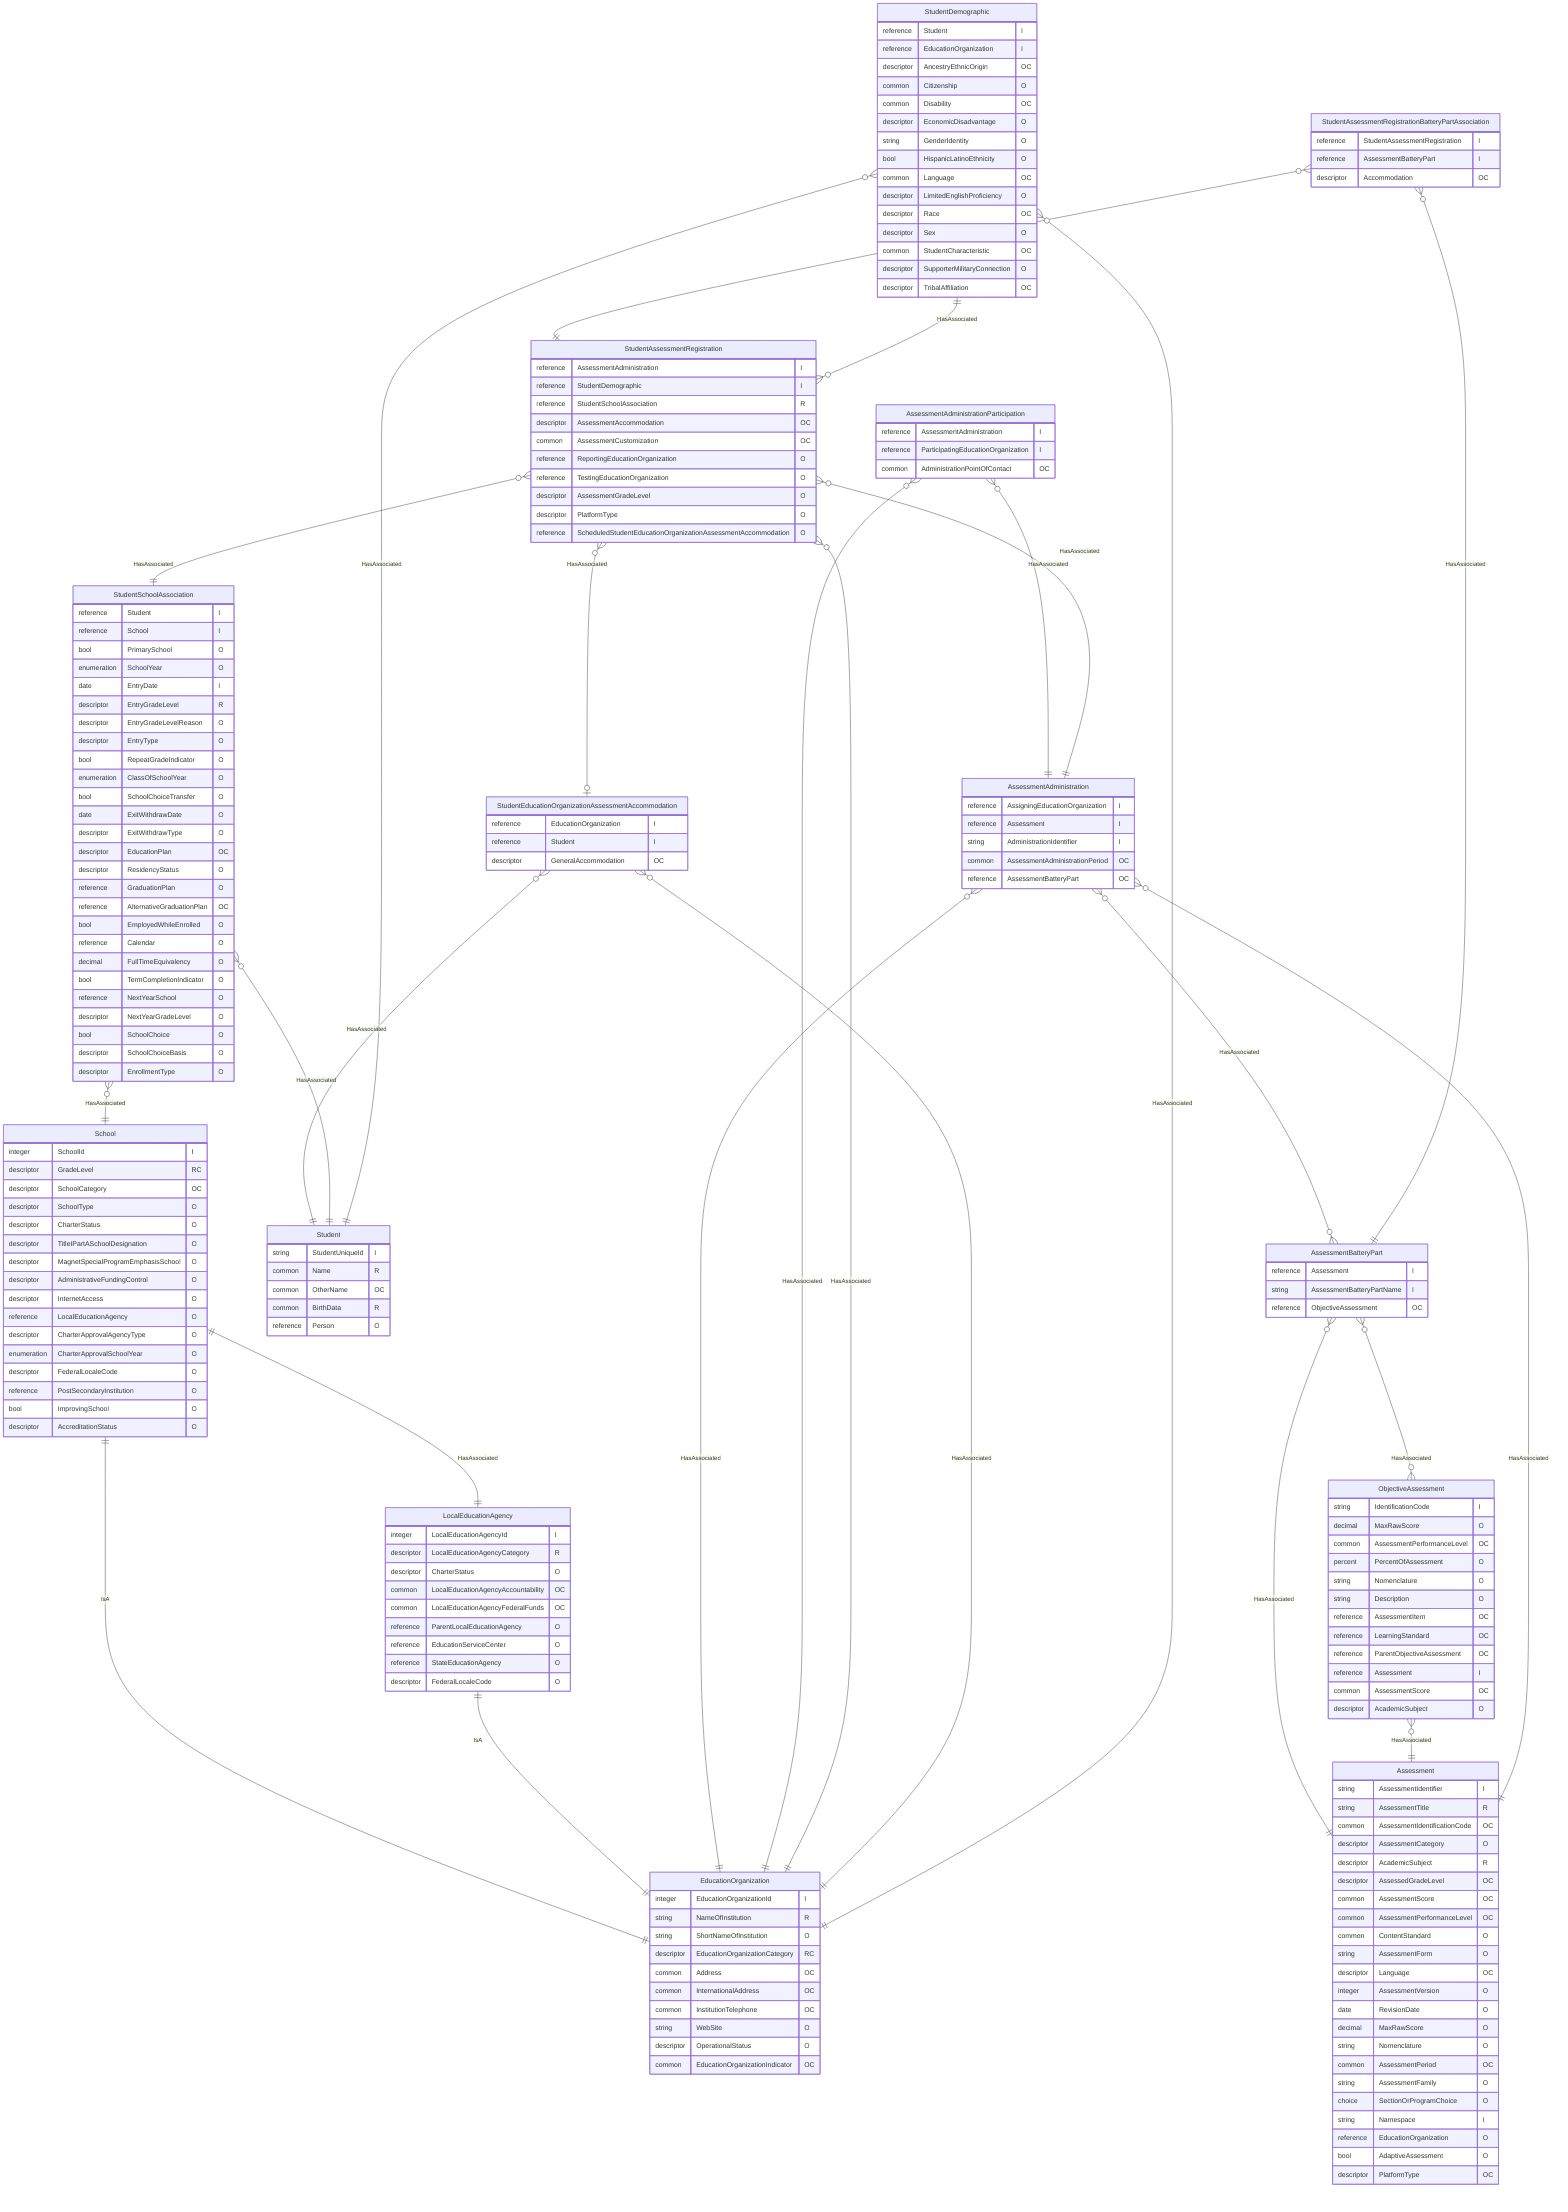
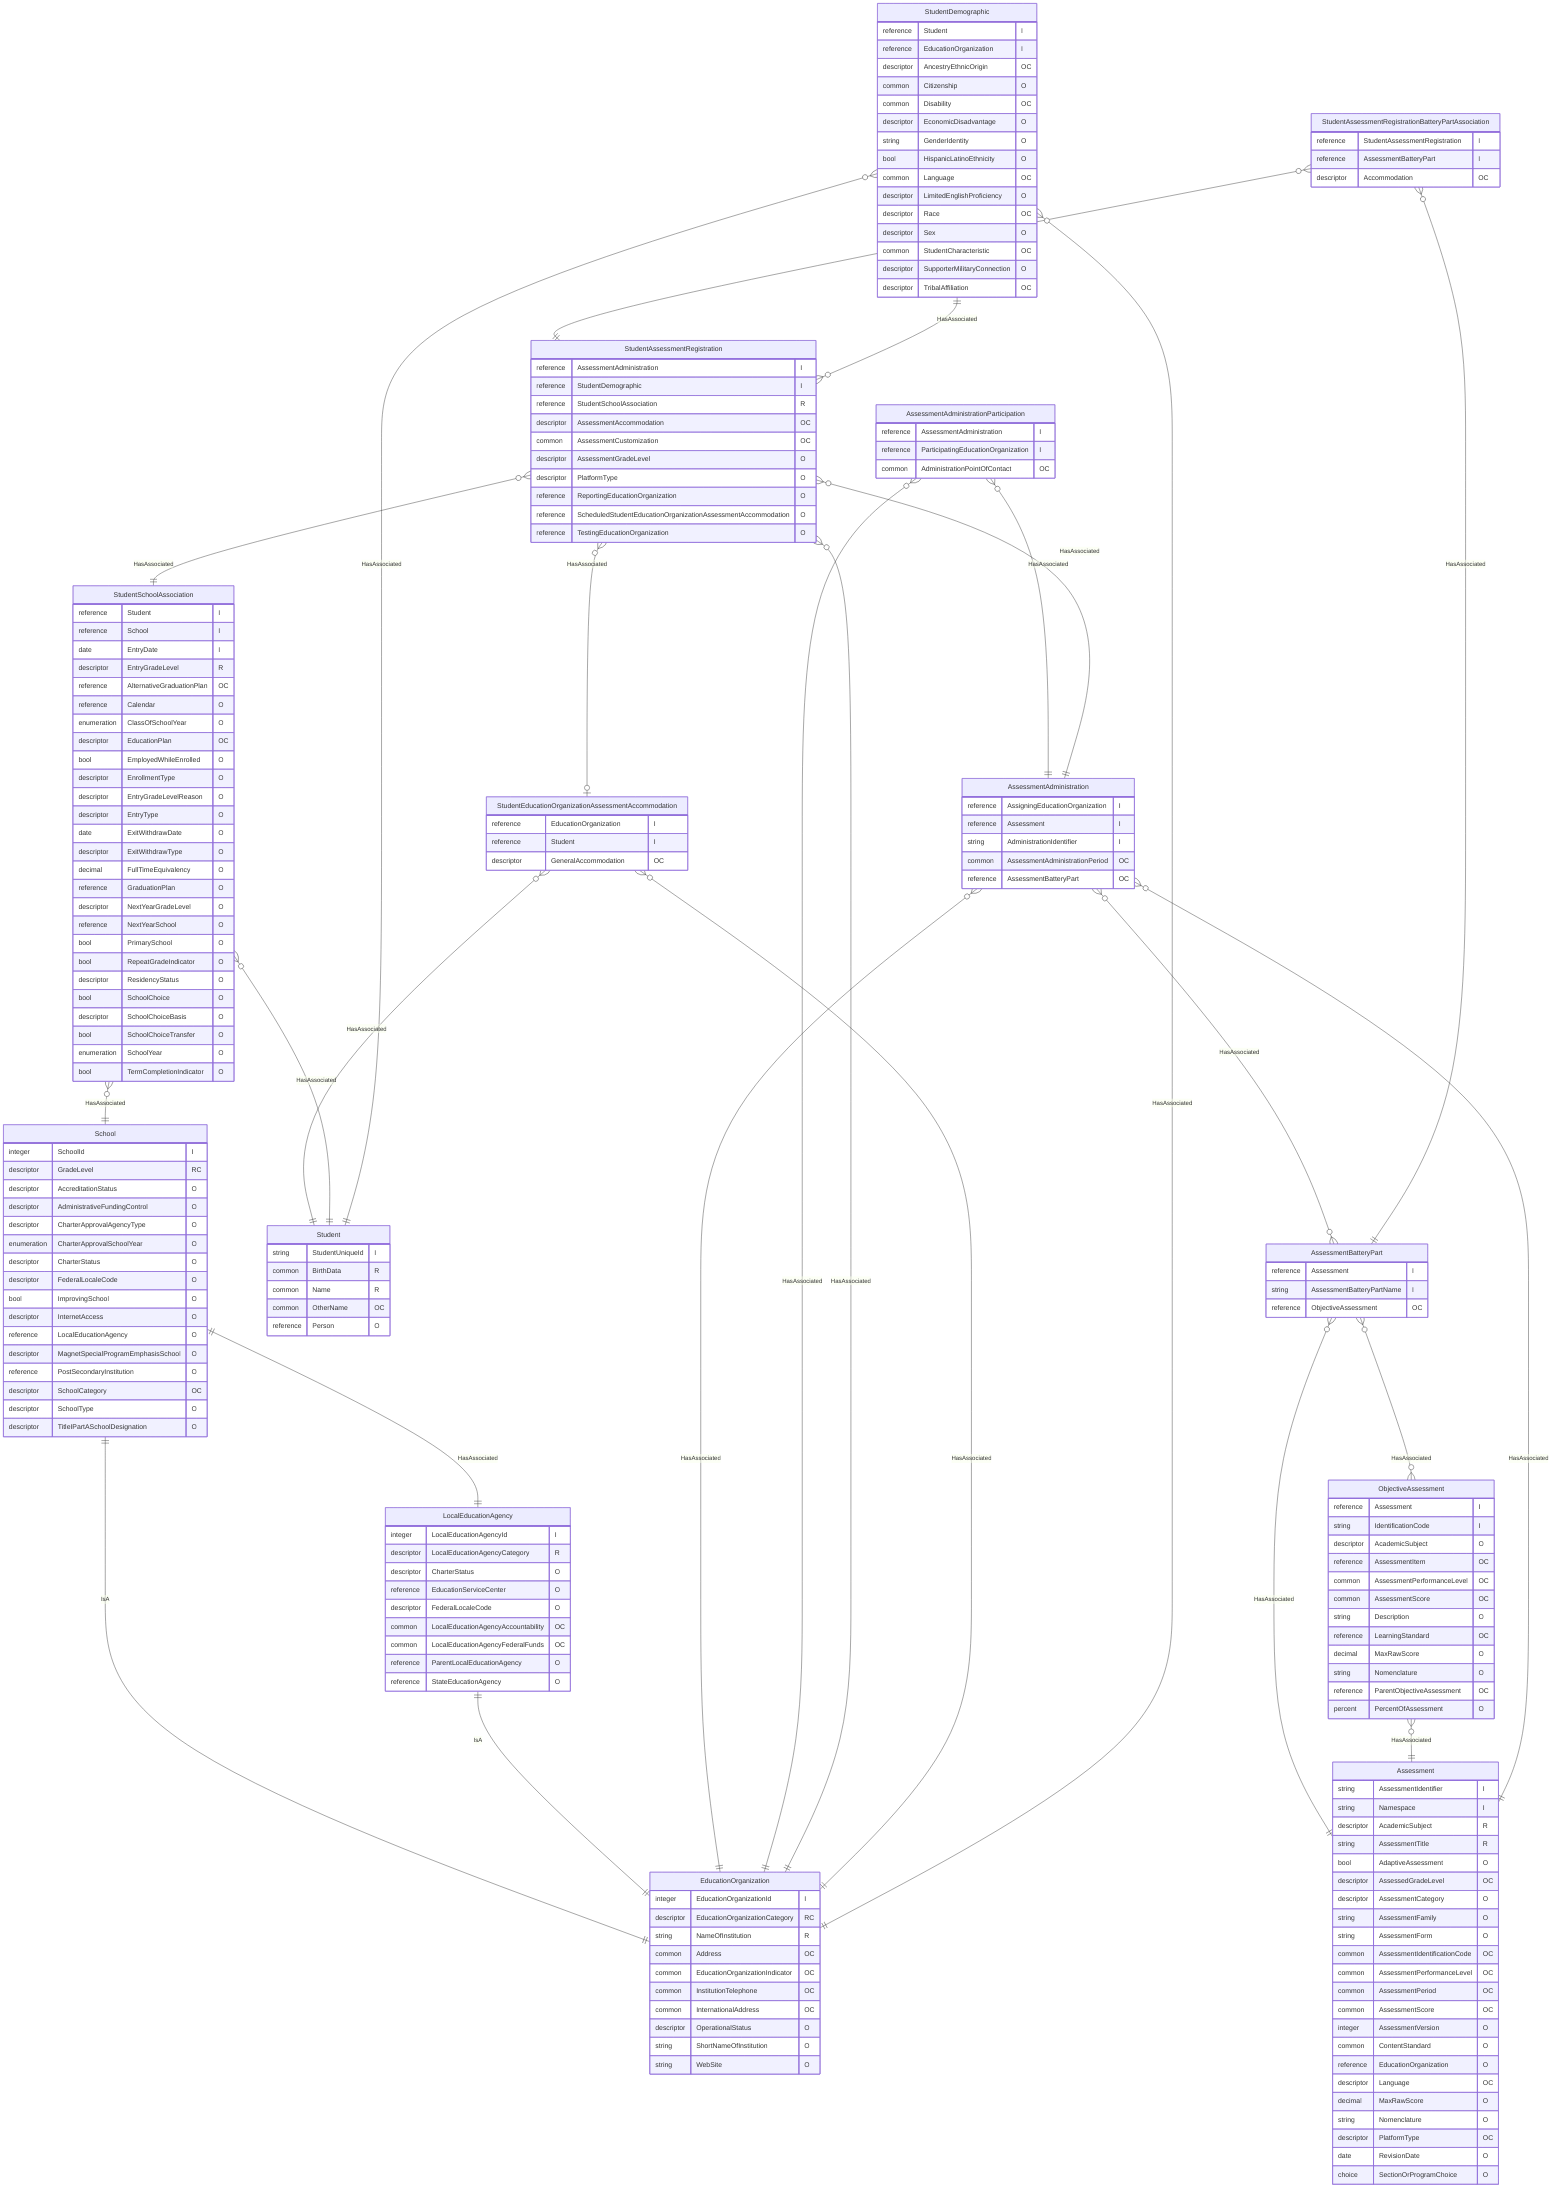
﻿erDiagram
    Assessment {
        string AssessmentIdentifier "I"
+         string Namespace "I"
+         descriptor AcademicSubject "R"
        string AssessmentTitle "R"
+         bool AdaptiveAssessment "O"
+         descriptor AssessedGradeLevel "OC"
+         descriptor AssessmentCategory "O"
+         string AssessmentFamily "O"
+         string AssessmentForm "O"
        common AssessmentIdentificationCode "OC"
-         descriptor AssessmentCategory "O"
-         descriptor AcademicSubject "R"
-         descriptor AssessedGradeLevel "OC"
+         common AssessmentPerformanceLevel "OC"
+         common AssessmentPeriod "OC"
        common AssessmentScore "OC"
-         common AssessmentPerformanceLevel "OC"
+         integer AssessmentVersion "O"
        common ContentStandard "O"
-         string AssessmentForm "O"
+         reference EducationOrganization "O"
        descriptor Language "OC"
-         integer AssessmentVersion "O"
-         date RevisionDate "O"
        decimal MaxRawScore "O"
        string Nomenclature "O"
-         common AssessmentPeriod "OC"
-         string AssessmentFamily "O"
+         descriptor PlatformType "OC"
+         date RevisionDate "O"
        choice SectionOrProgramChoice "O"
-         string Namespace "I"
-         reference EducationOrganization "O"
-         bool AdaptiveAssessment "O"
-         descriptor PlatformType "OC"
    }
    AssessmentAdministration {
        reference AssigningEducationOrganization "I"
-         reference Assessment "I"
-         string AdministrationIdentifier "I"
+ 		reference Assessment "I"
+ 		string AdministrationIdentifier "I"
        common AssessmentAdministrationPeriod "OC"
        reference AssessmentBatteryPart "OC"
    }
    AssessmentAdministrationParticipation {
        reference AssessmentAdministration "I"
        reference ParticipatingEducationOrganization "I"
        common AdministrationPointOfContact "OC"
    }
    AssessmentBatteryPart {
        reference Assessment "I"
        string AssessmentBatteryPartName "I"
        reference ObjectiveAssessment "OC"
    }
    ObjectiveAssessment {
+         reference Assessment "I"
        string IdentificationCode "I"
+         descriptor AcademicSubject "O"
+         reference AssessmentItem "OC"
+         common AssessmentPerformanceLevel "OC"
+         common AssessmentScore "OC"
+         string Description "O"
+         reference LearningStandard "OC"
        decimal MaxRawScore "O"
-         common AssessmentPerformanceLevel "OC"
+         string Nomenclature "O"
+         reference ParentObjectiveAssessment "OC"
        percent PercentOfAssessment "O"
-         string Nomenclature "O"
-         string Description "O"
-         reference AssessmentItem "OC"
-         reference LearningStandard "OC"
-         reference ParentObjectiveAssessment "OC"
-         reference Assessment "I"
-         common AssessmentScore "OC"
-         descriptor AcademicSubject "O"
    }
    StudentAssessmentRegistration {
        reference AssessmentAdministration "I"
        reference StudentDemographic "I"
        reference StudentSchoolAssociation "R"
        descriptor AssessmentAccommodation "OC"
        common AssessmentCustomization "OC"
-         reference ReportingEducationOrganization "O"
-         reference TestingEducationOrganization "O"
        descriptor AssessmentGradeLevel "O"
        descriptor PlatformType "O"
+         reference ReportingEducationOrganization "O"
        reference ScheduledStudentEducationOrganizationAssessmentAccommodation "O"
+         reference TestingEducationOrganization "O"
    }
    StudentAssessmentRegistrationBatteryPartAssociation {
        reference StudentAssessmentRegistration "I"
-         reference AssessmentBatteryPart "I"
+ 		reference AssessmentBatteryPart "I"
        descriptor Accommodation "OC"
    }
    StudentEducationOrganizationAssessmentAccommodation {
        reference EducationOrganization "I"
        reference Student "I"
        descriptor GeneralAccommodation "OC"
    }
    Student {
        string StudentUniqueId "I"
+         common BirthData "R"
        common Name "R"
        common OtherName "OC"
-         common BirthData "R"
        reference Person "O"
    }
    StudentDemographic {
-         reference Student "I"
+ 		reference Student "I"
        reference EducationOrganization "I"
        descriptor AncestryEthnicOrigin "OC"
        common Citizenship "O"
        common Disability "OC"
        descriptor EconomicDisadvantage "O"
        string GenderIdentity "O"
        bool HispanicLatinoEthnicity "O"
        common Language "OC"
        descriptor LimitedEnglishProficiency "O"
        descriptor Race "OC"
        descriptor Sex "O"
        common StudentCharacteristic "OC"
        descriptor SupporterMilitaryConnection "O"
        descriptor TribalAffiliation "OC"
    }
    StudentSchoolAssociation {
        reference Student "I"
        reference School "I"
-         bool PrimarySchool "O"
-         enumeration SchoolYear "O"
-         date EntryDate "I"
+ 		date EntryDate "I"
        descriptor EntryGradeLevel "R"
+         reference AlternativeGraduationPlan "OC"
+         reference Calendar "O"
+         enumeration ClassOfSchoolYear "O"
+         descriptor EducationPlan "OC"
+         bool EmployedWhileEnrolled "O"
+         descriptor EnrollmentType "O"
        descriptor EntryGradeLevelReason "O"
        descriptor EntryType "O"
-         bool RepeatGradeIndicator "O"
-         enumeration ClassOfSchoolYear "O"
-         bool SchoolChoiceTransfer "O"
        date ExitWithdrawDate "O"
        descriptor ExitWithdrawType "O"
-         descriptor EducationPlan "OC"
+         decimal FullTimeEquivalency "O"
+         reference GraduationPlan "O"
+         descriptor NextYearGradeLevel "O"
+         reference NextYearSchool "O"
+         bool PrimarySchool "O"
+         bool RepeatGradeIndicator "O"
        descriptor ResidencyStatus "O"
-         reference GraduationPlan "O"
-         reference AlternativeGraduationPlan "OC"
-         bool EmployedWhileEnrolled "O"
-         reference Calendar "O"
-         decimal FullTimeEquivalency "O"
-         bool TermCompletionIndicator "O"
-         reference NextYearSchool "O"
-         descriptor NextYearGradeLevel "O"
        bool SchoolChoice "O"
        descriptor SchoolChoiceBasis "O"
-         descriptor EnrollmentType "O"
+         bool SchoolChoiceTransfer "O"
+         enumeration SchoolYear "O"
+         bool TermCompletionIndicator "O"
    }
    EducationOrganization {
        integer EducationOrganizationId "I"
+         descriptor EducationOrganizationCategory "RC"
        string NameOfInstitution "R"
+         common Address "OC"
+         common EducationOrganizationIndicator "OC"
+         common InstitutionTelephone "OC"
+         common InternationalAddress "OC"
+         descriptor OperationalStatus "O"
        string ShortNameOfInstitution "O"
-         descriptor EducationOrganizationCategory "RC"
-         common Address "OC"
-         common InternationalAddress "OC"
-         common InstitutionTelephone "OC"
        string WebSite "O"
-         descriptor OperationalStatus "O"
-         common EducationOrganizationIndicator "OC"
    }
    LocalEducationAgency {
        integer LocalEducationAgencyId "I"
        descriptor LocalEducationAgencyCategory "R"
        descriptor CharterStatus "O"
+         reference EducationServiceCenter "O"
+         descriptor FederalLocaleCode "O"
        common LocalEducationAgencyAccountability "OC"
        common LocalEducationAgencyFederalFunds "OC"
        reference ParentLocalEducationAgency "O"
-         reference EducationServiceCenter "O"
        reference StateEducationAgency "O"
-         descriptor FederalLocaleCode "O"
    }
    School {
        integer SchoolId "I"
        descriptor GradeLevel "RC"
+         descriptor AccreditationStatus "O"
+         descriptor AdministrativeFundingControl "O"
+         descriptor CharterApprovalAgencyType "O"
+         enumeration CharterApprovalSchoolYear "O"
+         descriptor CharterStatus "O"
+         descriptor FederalLocaleCode "O"
+         bool ImprovingSchool "O"
+         descriptor InternetAccess "O"
+         reference LocalEducationAgency "O"
+         descriptor MagnetSpecialProgramEmphasisSchool "O"
+         reference PostSecondaryInstitution "O"
        descriptor SchoolCategory "OC"
        descriptor SchoolType "O"
-         descriptor CharterStatus "O"
        descriptor TitleIPartASchoolDesignation "O"
-         descriptor MagnetSpecialProgramEmphasisSchool "O"
-         descriptor AdministrativeFundingControl "O"
-         descriptor InternetAccess "O"
-         reference LocalEducationAgency "O"
-         descriptor CharterApprovalAgencyType "O"
-         enumeration CharterApprovalSchoolYear "O"
-         descriptor FederalLocaleCode "O"
-         reference PostSecondaryInstitution "O"
-         bool ImprovingSchool "O"
-         descriptor AccreditationStatus "O"
    }
    School ||--|| EducationOrganization : "IsA"
    School ||--|| LocalEducationAgency : "HasAssociated"
    LocalEducationAgency ||--|| EducationOrganization : "IsA"
    AssessmentBatteryPart }o--|| Assessment : "HasAssociated"
    AssessmentBatteryPart }o--o{ ObjectiveAssessment : "HasAssociated"
    ObjectiveAssessment }o--|| Assessment : "HasAssociated"
    AssessmentAdministration }o--o{ AssessmentBatteryPart : "HasAssociated"
    AssessmentAdministration }o--|| EducationOrganization : "HasAssociated"
    AssessmentAdministration }o--|| Assessment : "HasAssociated"
    AssessmentAdministrationParticipation }o--|| AssessmentAdministration : "HasAssociated"
    AssessmentAdministrationParticipation }o--|| EducationOrganization : "HasAssociated"
    StudentAssessmentRegistration }o--|| AssessmentAdministration : "HasAssociated"
    StudentAssessmentRegistration }o--|| StudentSchoolAssociation : "HasAssociated"
    StudentAssessmentRegistration }o--|| EducationOrganization : "HasAssociated"
    StudentAssessmentRegistration }o--o| StudentEducationOrganizationAssessmentAccommodation : "HasAssociated"
    StudentAssessmentRegistrationBatteryPartAssociation }o--|| StudentAssessmentRegistration : "HasAssociated"
    StudentAssessmentRegistrationBatteryPartAssociation }o--|| AssessmentBatteryPart : "HasAssociated"
    StudentEducationOrganizationAssessmentAccommodation }o--|| Student : "HasAssociated"
    StudentEducationOrganizationAssessmentAccommodation }o--|| EducationOrganization : "HasAssociated"
    StudentSchoolAssociation }o--|| Student : "HasAssociated"
    StudentSchoolAssociation }o--|| School : "HasAssociated"
    StudentDemographic }o--|| EducationOrganization : "HasAssociated"
    StudentDemographic }o--|| Student : "HasAssociated"
    StudentDemographic ||--}o StudentAssessmentRegistration : "HasAssociated"
